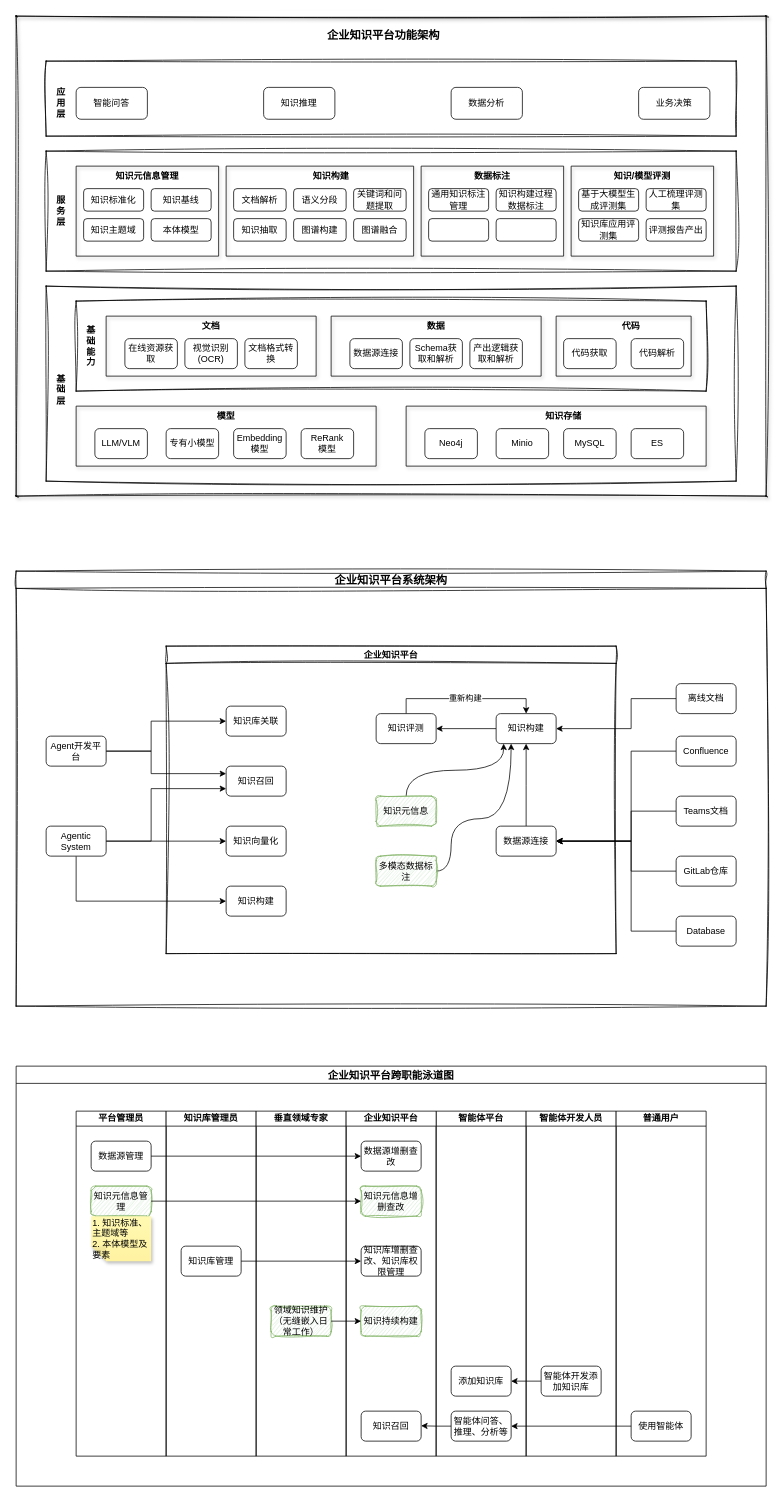
hlld3344/diagrams keeps this draw.io diagram as page "平台整体设计" (1 of 2) of biz_flow/企业知识平台设计.drawio. Above is the earlier version. Source tidied: cells renumbered, new cells numbered last; positions are measured from the earlier drawing's top-left corner, leaving out a move shared by most shapes. Both pictures are drawn from the tidied source at 75%, with x=0, y=0 at pixel (16, 16).
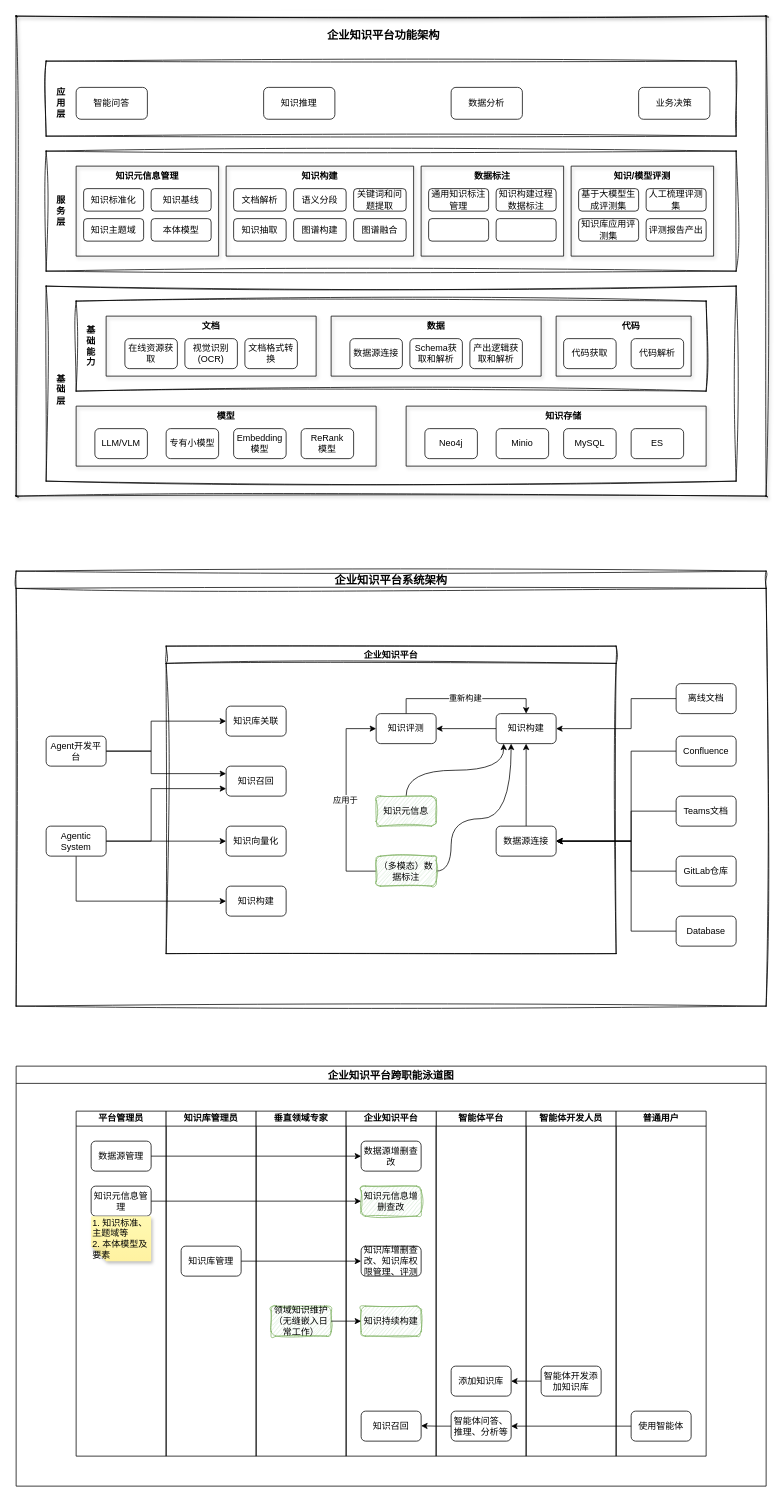
The same page after the edit.

The change refers to these unchanged cells:
```xml
<mxCell id="35" style="swimlane;startSize=0;shadow=1;" parent="33" vertex="1">
  <mxGeometry x="240" y="20" width="250" height="120" as="geometry" />
</mxCell>
<mxCell id="69" value="企业知识平台" style="swimlane;whiteSpace=wrap;html=1;sketch=1;curveFitting=1;jiggle=2;" parent="68" vertex="1">
  <mxGeometry x="200" y="100" width="600" height="410" as="geometry" />
</mxCell>
<mxCell id="77" value="知识评测" style="rounded=1;whiteSpace=wrap;html=1;" parent="69" vertex="1">
  <mxGeometry x="280" y="90" width="80" height="40" as="geometry" />
</mxCell>
<mxCell id="104" value="平台管理员" style="swimlane;startSize=20;whiteSpace=wrap;html=1;" parent="103" vertex="1">
  <mxGeometry width="120" height="460" as="geometry" />
</mxCell>
<mxCell id="108" value="知识库管理员" style="swimlane;startSize=20;whiteSpace=wrap;html=1;" parent="103" vertex="1">
  <mxGeometry x="120" width="120" height="460" as="geometry" />
</mxCell>
```

Change to the diagram source:
```diff
@@
     <mxCell id="39" value="&lt;b&gt;知识构建&lt;/b&gt;" style="text;html=1;align=center;verticalAlign=middle;whiteSpace=wrap;rounded=0;" parent="35" vertex="1">
-      <mxGeometry x="110" width="60" height="25" as="geometry" />
+      <mxGeometry x="95" width="60" height="25" as="geometry" />
     </mxCell>
@@
+    <mxCell id="132" style="edgeStyle=orthogonalEdgeStyle;rounded=0;jettySize=auto;html=1;exitX=0;exitY=0.5;exitDx=0;exitDy=0;entryX=0;entryY=0.5;entryDx=0;entryDy=0;" parent="69" edge="1" source="83" target="77">
+      <mxGeometry relative="1" as="geometry">
+        <Array as="points">
+          <mxPoint x="240" y="300" />
+          <mxPoint x="240" y="110" />
+        </Array>
+      </mxGeometry>
+    </mxCell>
+    <mxCell id="133" value="应用于" style="edgeLabel;html=1;align=center;verticalAlign=middle;" parent="132" vertex="1">
+      <mxGeometry x="0.01" y="2" relative="1" as="geometry" />
+    </mxCell>
-    <mxCell id="83" value="多模态数据标注" style="rounded=1;whiteSpace=wrap;html=1;sketch=1;curveFitting=1;jiggle=2;fillColor=#d5e8d4;strokeColor=#82b366;" parent="69" vertex="1">
+    <mxCell id="83" value="（多模态）数据标注" style="rounded=1;whiteSpace=wrap;html=1;sketch=1;curveFitting=1;jiggle=2;fillColor=#d5e8d4;strokeColor=#82b366;" parent="69" vertex="1">
       <mxGeometry x="280" y="280" width="80" height="40" as="geometry" />
     </mxCell>
@@
-    <mxCell id="106" value="知识元信息管理" style="rounded=1;whiteSpace=wrap;html=1;fillColor=#d5e8d4;strokeColor=#82b366;sketch=1;curveFitting=1;jiggle=2;" parent="104" vertex="1">
+    <mxCell id="106" value="知识元信息管理" style="rounded=1;whiteSpace=wrap;html=1;" parent="104" vertex="1">
       <mxGeometry x="20" y="100" width="80" height="40" as="geometry" />
     </mxCell>
@@
-    <mxCell id="110" value="知识库增删查改、知识库权限管理" style="rounded=1;whiteSpace=wrap;html=1;" parent="108" vertex="1">
+    <mxCell id="110" value="知识库增删查改、知识库权限管理、评测" style="rounded=1;whiteSpace=wrap;html=1;" parent="108" vertex="1">
       <mxGeometry x="260" y="180" width="80" height="40" as="geometry" />
     </mxCell>
```
